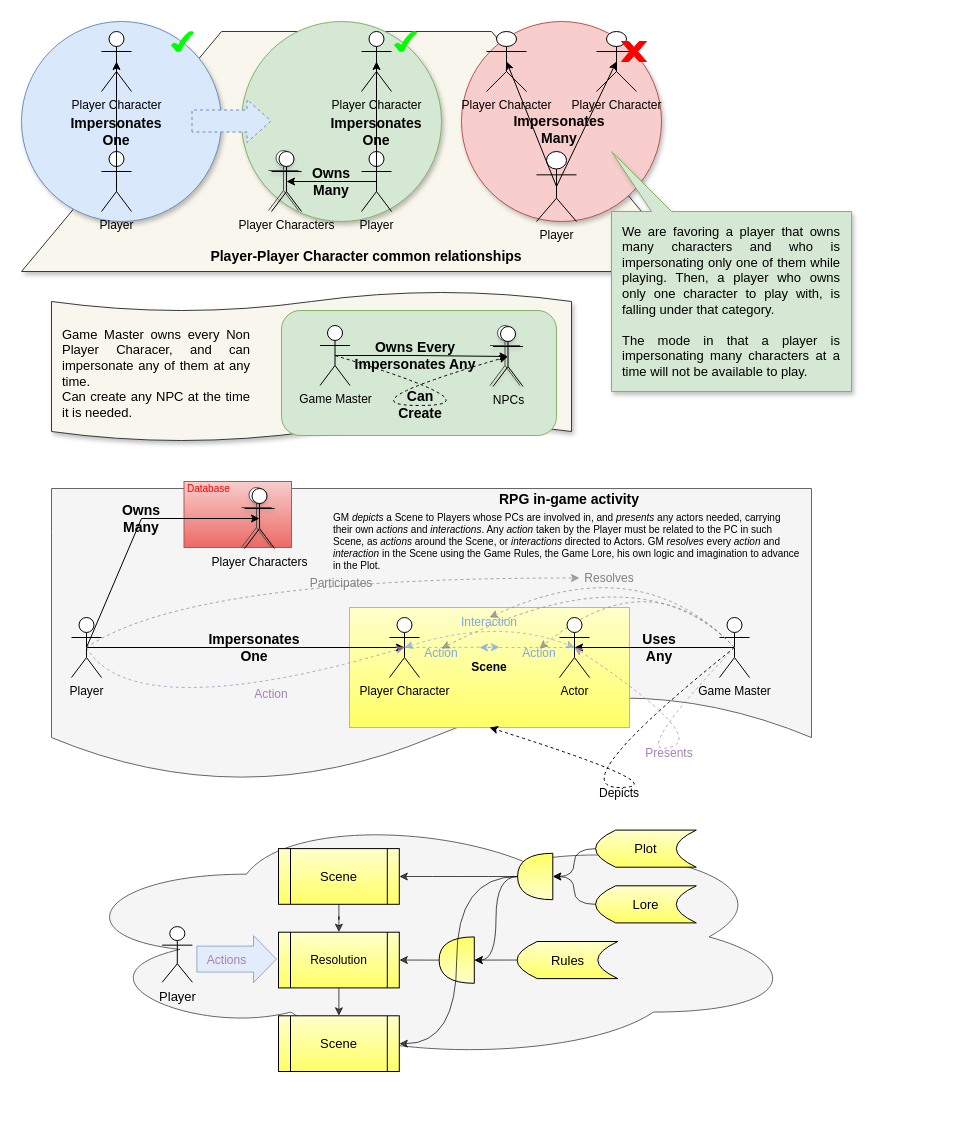
The draw.io diagram diagrams/Design.drawio in ManOguaR/Ontology, before the edit. Source tidied: cells renumbered, new cells numbered last; positions are measured from the earlier drawing's top-left corner, leaving out a move shared by most shapes. Both pictures are drawn from the tidied source at 100%, with x=0, y=0 at pixel (21, 21).
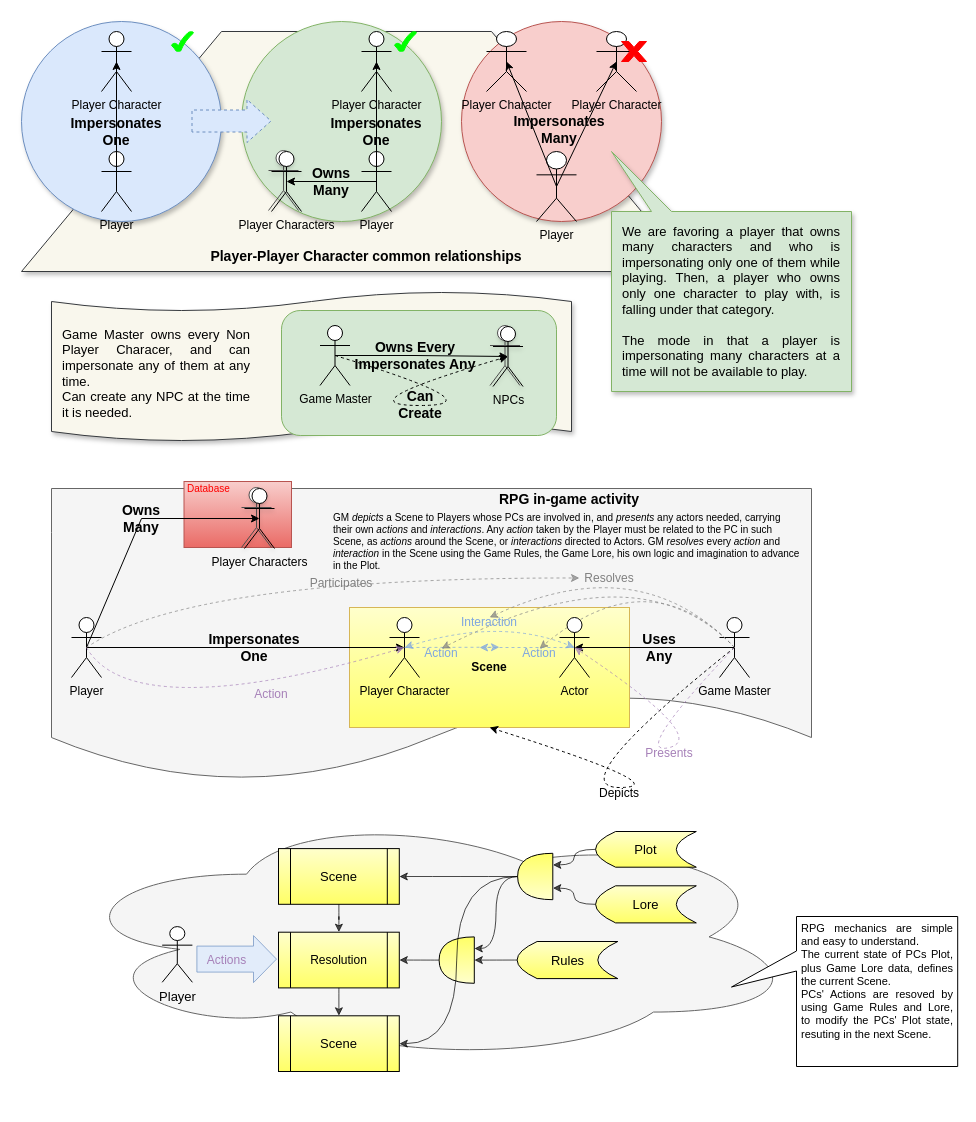
The same diagram, later.

The change refers to these unchanged cells:
```xml
<mxCell id="91" value="Lore" style="shape=dataStorage;whiteSpace=wrap;html=1;fixedSize=1;fontSize=13;fontColor=#000000;fillColor=#FFFFCC;gradientColor=#FFFF66;" parent="87" vertex="1">
  <mxGeometry x="534.1" y="74.3" width="100.7" height="37.1" as="geometry" />
</mxCell>
<mxCell id="93" style="shape=or;whiteSpace=wrap;html=1;fontSize=13;fontColor=#000000;fillColor=#FFFFCC;gradientColor=#FFFF66;rotation=-180;" parent="87" vertex="1">
  <mxGeometry x="456.1" y="41.8" width="35.2" height="46.4" as="geometry" />
</mxCell>
<mxCell id="100" style="shape=or;whiteSpace=wrap;html=1;fontSize=13;fontColor=#000000;fillColor=#FFFFCC;gradientColor=#FFFF66;rotation=-180;" parent="87" vertex="1">
  <mxGeometry x="377.6" y="125.4" width="35.2" height="46.4" as="geometry" />
</mxCell>
```

The edit, as a diff of the source:
```diff
@@
     <mxCell id="87" style="group;" parent="1" vertex="1">
-      <mxGeometry x="40" y="790" width="740" height="260" as="geometry" />
+      <mxGeometry x="40" y="790" width="890" height="293.1" as="geometry" />
     </mxCell>
@@
     <mxCell id="90" value="Plot" style="shape=dataStorage;whiteSpace=wrap;html=1;fixedSize=1;fontSize=13;fontColor=#000000;fillColor=#FFFFCC;gradientColor=#FFFF66;" parent="87" vertex="1">
-      <mxGeometry x="534.1" y="18.6" width="100.7" height="37.1" as="geometry" />
+      <mxGeometry x="534.1" y="20" width="100.7" height="35.7" as="geometry" />
     </mxCell>
@@
-    <mxCell id="94" style="edgeStyle=orthogonalEdgeStyle;curved=1;jettySize=auto;html=1;exitX=0;exitY=0.5;exitDx=0;exitDy=0;entryX=0;entryY=0.5;entryDx=0;entryDy=0;entryPerimeter=0;strokeColor=#000000;fontSize=13;fontColor=#000000;opacity=70;" parent="87" edge="1" source="90" target="93">
+    <mxCell id="94" style="edgeStyle=orthogonalEdgeStyle;curved=1;jettySize=auto;html=1;exitX=0;exitY=0.5;exitDx=0;exitDy=0;entryX=0;entryY=0.75;entryDx=0;entryDy=0;entryPerimeter=0;strokeColor=#000000;fontSize=13;fontColor=#000000;opacity=70;" parent="87" edge="1" source="90" target="93">
       <mxGeometry relative="1" as="geometry" />
     </mxCell>
-    <mxCell id="95" style="edgeStyle=orthogonalEdgeStyle;curved=1;jettySize=auto;html=1;exitX=0;exitY=0.5;exitDx=0;exitDy=0;strokeColor=#000000;fontSize=13;fontColor=#000000;opacity=70;" parent="87" edge="1" source="91" target="93">
+    <mxCell id="95" style="edgeStyle=orthogonalEdgeStyle;curved=1;jettySize=auto;html=1;exitX=0;exitY=0.5;exitDx=0;exitDy=0;strokeColor=#000000;fontSize=13;fontColor=#000000;opacity=70;entryX=0;entryY=0.25;entryDx=0;entryDy=0;entryPerimeter=0;" parent="87" edge="1" source="91" target="93">
       <mxGeometry relative="1" as="geometry" />
     </mxCell>
@@
-    <mxCell id="101" style="edgeStyle=orthogonalEdgeStyle;curved=1;jettySize=auto;html=1;exitX=1;exitY=0.5;exitDx=0;exitDy=0;labelBackgroundColor=none;strokeColor=#000000;fontSize=12;fontColor=#000000;opacity=70;entryX=0;entryY=0.5;entryDx=0;entryDy=0;entryPerimeter=0;exitPerimeter=0;" parent="87" edge="1" source="93" target="100">
+    <mxCell id="101" style="edgeStyle=orthogonalEdgeStyle;curved=1;jettySize=auto;html=1;exitX=1;exitY=0.5;exitDx=0;exitDy=0;labelBackgroundColor=none;strokeColor=#000000;fontSize=12;fontColor=#000000;opacity=70;entryX=0;entryY=0.75;entryDx=0;entryDy=0;entryPerimeter=0;exitPerimeter=0;" parent="87" edge="1" source="93" target="100">
       <mxGeometry relative="1" as="geometry" />
     </mxCell>
@@
+    <mxCell id="108" style="shape=callout;whiteSpace=wrap;html=1;perimeter=calloutPerimeter;size=65;position=0.23;base=20;position2=0.47;rotation=90;" parent="87" vertex="1">
+      <mxGeometry x="708.1" y="66.9" width="150" height="226.2" as="geometry" />
+    </mxCell>
+    <mxCell id="109" value="&lt;div style=&quot;text-align: justify; font-size: 11px;&quot;&gt;&lt;span style=&quot;background-color: initial;&quot;&gt;&lt;font style=&quot;font-size: 11px;&quot;&gt;RPG mechanics are simple and easy to understand.&lt;/font&gt;&lt;/span&gt;&lt;/div&gt;&lt;div style=&quot;text-align: justify; font-size: 11px;&quot;&gt;&lt;span style=&quot;background-color: initial;&quot;&gt;&lt;font style=&quot;font-size: 11px;&quot;&gt;The current state of PCs Plot, plus Game Lore data, defines the current Scene.&lt;/font&gt;&lt;/span&gt;&lt;/div&gt;&lt;div style=&quot;text-align: justify; font-size: 11px;&quot;&gt;&lt;span style=&quot;background-color: initial;&quot;&gt;&lt;font style=&quot;font-size: 11px;&quot;&gt;PCs' Actions are resoved by using Game Rules and Lore, to modify the PCs' Plot state, resuting in the next Scene.&lt;/font&gt;&lt;/span&gt;&lt;/div&gt;" style="text;html=1;strokeColor=none;fillColor=none;align=left;verticalAlign=top;whiteSpace=wrap;rounded=0;spacing=0;spacingTop=-4;" parent="87" vertex="1">
+      <mxGeometry x="740" y="110.4" width="150" height="139.6" as="geometry" />
+    </mxCell>
```
